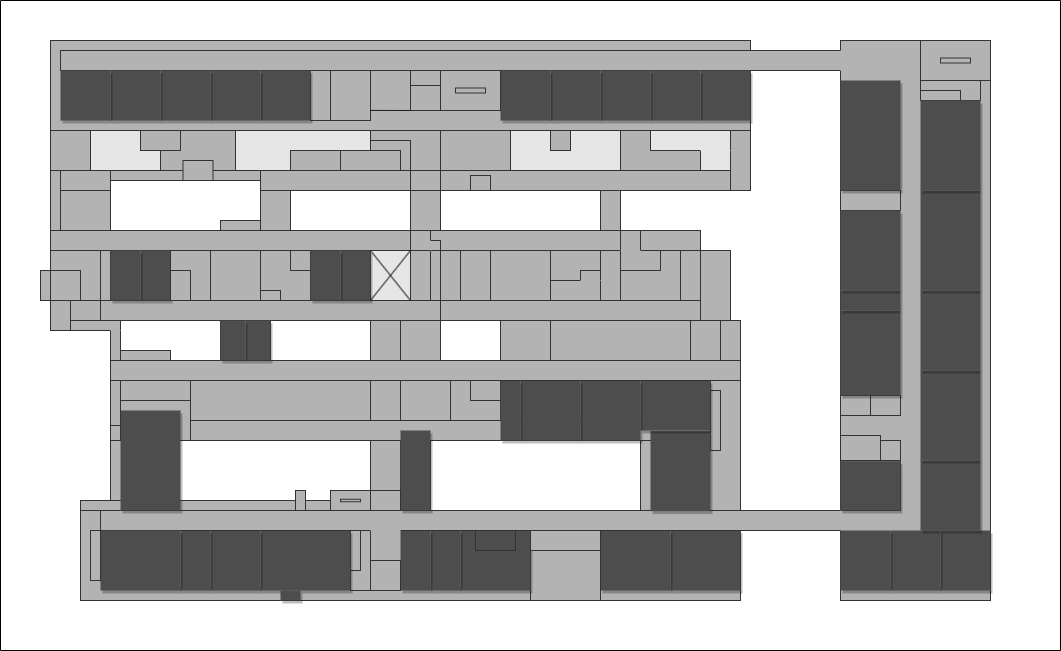
Earlier version of the draw.io export src/ask_map/images/3F.drawio.png (OMEGA-himajin/ask-map). Source tidied: cells renumbered, new cells last; positions are measured from the earlier drawing's top-left corner, leaving out a move shared by most shapes.
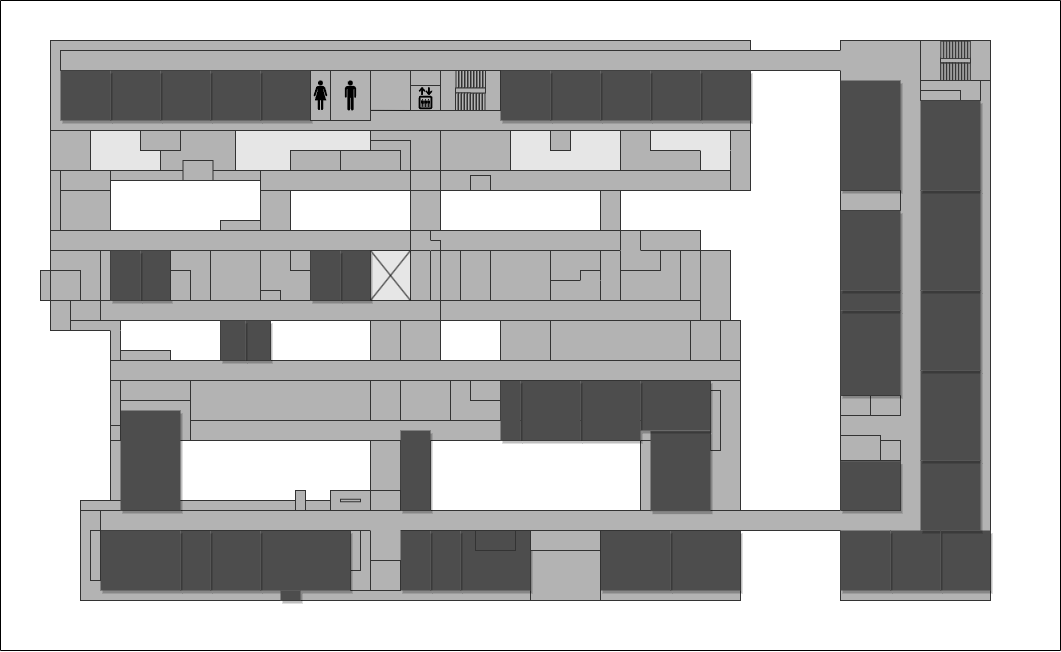
After the commit.

Diff of the diagram source:
```diff
@@ -540,5 +540,224 @@
     <mxCell id="179" style="swimlane;startSize=0;" parent="1" vertex="1">
       <mxGeometry width="1060" height="650" as="geometry" />
     </mxCell>
+    <mxCell id="180" style="group;" parent="1" vertex="1">
+      <mxGeometry x="920" y="40" width="70" height="40" as="geometry" />
+    </mxCell>
+    <mxCell id="181" style="rounded=0;whiteSpace=wrap;html=1;strokeColor=#333333;fillColor=#B3B3B3;" parent="180" vertex="1">
+      <mxGeometry width="70" height="40" as="geometry" />
+    </mxCell>
+    <mxCell id="182" style="rounded=0;whiteSpace=wrap;html=1;strokeColor=#333333;fillColor=#B3B3B3;glass=0;" parent="180" vertex="1">
+      <mxGeometry x="20" y="17.5" width="30" height="5" as="geometry" />
+    </mxCell>
+    <mxCell id="183" style="group;" parent="180" vertex="1">
+      <mxGeometry x="20.3" y="22.7" width="33.8" height="17.1" as="geometry" />
+    </mxCell>
+    <mxCell id="184" style="rounded=0;whiteSpace=wrap;html=1;strokeColor=#333333;fillColor=#B3B3B3;glass=0;rotation=90;" parent="183" vertex="1">
+      <mxGeometry x="-4.3" y="7.3" width="17.1" height="2.5" as="geometry" />
+    </mxCell>
+    <mxCell id="185" style="rounded=0;whiteSpace=wrap;html=1;strokeColor=#333333;fillColor=#B3B3B3;glass=0;rotation=90;" parent="183" vertex="1">
+      <mxGeometry x="-1.3" y="7.3" width="17.1" height="2.5" as="geometry" />
+    </mxCell>
+    <mxCell id="186" style="rounded=0;whiteSpace=wrap;html=1;strokeColor=#333333;fillColor=#B3B3B3;glass=0;rotation=90;" parent="183" vertex="1">
+      <mxGeometry x="1.7" y="7.3" width="17.1" height="2.5" as="geometry" />
+    </mxCell>
+    <mxCell id="187" style="rounded=0;whiteSpace=wrap;html=1;strokeColor=#333333;fillColor=#B3B3B3;glass=0;rotation=90;" parent="183" vertex="1">
+      <mxGeometry x="4.7" y="7.3" width="17.1" height="2.5" as="geometry" />
+    </mxCell>
+    <mxCell id="188" style="rounded=0;whiteSpace=wrap;html=1;strokeColor=#333333;fillColor=#B3B3B3;glass=0;rotation=90;" parent="183" vertex="1">
+      <mxGeometry x="7.7" y="7.3" width="17.1" height="2.5" as="geometry" />
+    </mxCell>
+    <mxCell id="189" style="rounded=0;whiteSpace=wrap;html=1;strokeColor=#333333;fillColor=#B3B3B3;glass=0;rotation=90;" parent="183" vertex="1">
+      <mxGeometry x="10.7" y="7.3" width="17.1" height="2.5" as="geometry" />
+    </mxCell>
+    <mxCell id="190" style="rounded=0;whiteSpace=wrap;html=1;strokeColor=#333333;fillColor=#B3B3B3;glass=0;rotation=90;" parent="183" vertex="1">
+      <mxGeometry x="13.7" y="7.3" width="17.1" height="2.5" as="geometry" />
+    </mxCell>
+    <mxCell id="191" style="rounded=0;whiteSpace=wrap;html=1;strokeColor=#333333;fillColor=#B3B3B3;glass=0;rotation=90;" parent="183" vertex="1">
+      <mxGeometry x="16.7" y="7.3" width="17.1" height="2.5" as="geometry" />
+    </mxCell>
+    <mxCell id="192" style="rounded=0;whiteSpace=wrap;html=1;strokeColor=#333333;fillColor=#B3B3B3;glass=0;rotation=90;" parent="183" vertex="1">
+      <mxGeometry x="-7.3" y="7.3" width="17.1" height="2.5" as="geometry" />
+    </mxCell>
+    <mxCell id="193" style="rounded=0;whiteSpace=wrap;html=1;strokeColor=#333333;fillColor=#B3B3B3;glass=0;rotation=90;" parent="183" vertex="1">
+      <mxGeometry x="-7.3" y="7.3" width="17.1" height="2.5" as="geometry" />
+    </mxCell>
+    <mxCell id="194" style="rounded=0;whiteSpace=wrap;html=1;strokeColor=#333333;fillColor=#B3B3B3;glass=0;rotation=90;" parent="183" vertex="1">
+      <mxGeometry x="-4.3" y="7.3" width="17.1" height="2.5" as="geometry" />
+    </mxCell>
+    <mxCell id="195" style="rounded=0;whiteSpace=wrap;html=1;strokeColor=#333333;fillColor=#B3B3B3;glass=0;rotation=90;" parent="183" vertex="1">
+      <mxGeometry x="-1.3" y="7.3" width="17.1" height="2.5" as="geometry" />
+    </mxCell>
+    <mxCell id="196" style="rounded=0;whiteSpace=wrap;html=1;strokeColor=#333333;fillColor=#B3B3B3;glass=0;rotation=90;" parent="183" vertex="1">
+      <mxGeometry x="1.7" y="7.3" width="17.1" height="2.5" as="geometry" />
+    </mxCell>
+    <mxCell id="197" style="rounded=0;whiteSpace=wrap;html=1;strokeColor=#333333;fillColor=#B3B3B3;glass=0;rotation=90;" parent="183" vertex="1">
+      <mxGeometry x="4.7" y="7.3" width="17.1" height="2.5" as="geometry" />
+    </mxCell>
+    <mxCell id="198" style="group;" parent="183" vertex="1">
+      <mxGeometry width="29.5" height="17.1" as="geometry" />
+    </mxCell>
+    <mxCell id="199" style="rounded=0;whiteSpace=wrap;html=1;strokeColor=#333333;fillColor=#B3B3B3;glass=0;rotation=90;" parent="198" vertex="1">
+      <mxGeometry x="19.7" y="7.3" width="17.1" height="2.5" as="geometry" />
+    </mxCell>
+    <mxCell id="200" style="rounded=0;whiteSpace=wrap;html=1;strokeColor=#333333;fillColor=#B3B3B3;glass=0;rotation=90;" parent="198" vertex="1">
+      <mxGeometry x="-7.3" y="7.3" width="17.1" height="2.5" as="geometry" />
+    </mxCell>
+    <mxCell id="201" style="rounded=0;whiteSpace=wrap;html=1;strokeColor=#333333;fillColor=#B3B3B3;glass=0;rotation=90;" parent="198" vertex="1">
+      <mxGeometry x="-4.3" y="7.3" width="17.1" height="2.5" as="geometry" />
+    </mxCell>
+    <mxCell id="202" style="rounded=0;whiteSpace=wrap;html=1;strokeColor=#333333;fillColor=#B3B3B3;glass=0;rotation=90;" parent="198" vertex="1">
+      <mxGeometry x="-1.3" y="7.3" width="17.1" height="2.5" as="geometry" />
+    </mxCell>
+    <mxCell id="203" style="rounded=0;whiteSpace=wrap;html=1;strokeColor=#333333;fillColor=#B3B3B3;glass=0;rotation=90;" parent="198" vertex="1">
+      <mxGeometry x="1.7" y="7.3" width="17.1" height="2.5" as="geometry" />
+    </mxCell>
+    <mxCell id="204" style="rounded=0;whiteSpace=wrap;html=1;strokeColor=#333333;fillColor=#B3B3B3;glass=0;rotation=90;" parent="198" vertex="1">
+      <mxGeometry x="4.7" y="7.3" width="17.1" height="2.5" as="geometry" />
+    </mxCell>
+    <mxCell id="205" style="rounded=0;whiteSpace=wrap;html=1;strokeColor=#333333;fillColor=#B3B3B3;glass=0;rotation=90;" parent="198" vertex="1">
+      <mxGeometry x="7.7" y="7.3" width="17.1" height="2.5" as="geometry" />
+    </mxCell>
+    <mxCell id="206" style="rounded=0;whiteSpace=wrap;html=1;strokeColor=#333333;fillColor=#B3B3B3;glass=0;rotation=90;" parent="198" vertex="1">
+      <mxGeometry x="10.7" y="7.3" width="17.1" height="2.5" as="geometry" />
+    </mxCell>
+    <mxCell id="207" style="rounded=0;whiteSpace=wrap;html=1;strokeColor=#333333;fillColor=#B3B3B3;glass=0;rotation=90;" parent="198" vertex="1">
+      <mxGeometry x="13.7" y="7.3" width="17.1" height="2.5" as="geometry" />
+    </mxCell>
+    <mxCell id="208" style="rounded=0;whiteSpace=wrap;html=1;strokeColor=#333333;fillColor=#B3B3B3;glass=0;rotation=90;" parent="198" vertex="1">
+      <mxGeometry x="16.7" y="7.3" width="17.1" height="2.5" as="geometry" />
+    </mxCell>
+    <mxCell id="209" style="group;" parent="180" vertex="1">
+      <mxGeometry x="20.3" y="0.7" width="29.5" height="17.1" as="geometry" />
+    </mxCell>
+    <mxCell id="210" style="rounded=0;whiteSpace=wrap;html=1;strokeColor=#333333;fillColor=#B3B3B3;glass=0;rotation=90;" parent="209" vertex="1">
+      <mxGeometry x="-4.3" y="7.3" width="17.1" height="2.5" as="geometry" />
+    </mxCell>
+    <mxCell id="211" style="rounded=0;whiteSpace=wrap;html=1;strokeColor=#333333;fillColor=#B3B3B3;glass=0;rotation=90;" parent="209" vertex="1">
+      <mxGeometry x="-1.3" y="7.3" width="17.1" height="2.5" as="geometry" />
+    </mxCell>
+    <mxCell id="212" style="rounded=0;whiteSpace=wrap;html=1;strokeColor=#333333;fillColor=#B3B3B3;glass=0;rotation=90;" parent="209" vertex="1">
+      <mxGeometry x="1.7" y="7.3" width="17.1" height="2.5" as="geometry" />
+    </mxCell>
+    <mxCell id="213" style="rounded=0;whiteSpace=wrap;html=1;strokeColor=#333333;fillColor=#B3B3B3;glass=0;rotation=90;" parent="209" vertex="1">
+      <mxGeometry x="4.7" y="7.3" width="17.1" height="2.5" as="geometry" />
+    </mxCell>
+    <mxCell id="214" style="rounded=0;whiteSpace=wrap;html=1;strokeColor=#333333;fillColor=#B3B3B3;glass=0;rotation=90;" parent="209" vertex="1">
+      <mxGeometry x="7.7" y="7.3" width="17.1" height="2.5" as="geometry" />
+    </mxCell>
+    <mxCell id="215" style="rounded=0;whiteSpace=wrap;html=1;strokeColor=#333333;fillColor=#B3B3B3;glass=0;rotation=90;" parent="209" vertex="1">
+      <mxGeometry x="10.7" y="7.3" width="17.1" height="2.5" as="geometry" />
+    </mxCell>
+    <mxCell id="216" style="rounded=0;whiteSpace=wrap;html=1;strokeColor=#333333;fillColor=#B3B3B3;glass=0;rotation=90;" parent="209" vertex="1">
+      <mxGeometry x="13.7" y="7.3" width="17.1" height="2.5" as="geometry" />
+    </mxCell>
+    <mxCell id="217" style="rounded=0;whiteSpace=wrap;html=1;strokeColor=#333333;fillColor=#B3B3B3;glass=0;rotation=90;" parent="209" vertex="1">
+      <mxGeometry x="16.7" y="7.3" width="17.1" height="2.5" as="geometry" />
+    </mxCell>
+    <mxCell id="218" style="rounded=0;whiteSpace=wrap;html=1;strokeColor=#333333;fillColor=#B3B3B3;glass=0;rotation=90;" parent="209" vertex="1">
+      <mxGeometry x="19.7" y="7.3" width="17.1" height="2.5" as="geometry" />
+    </mxCell>
+    <mxCell id="219" style="rounded=0;whiteSpace=wrap;html=1;strokeColor=#333333;fillColor=#B3B3B3;glass=0;rotation=90;" parent="209" vertex="1">
+      <mxGeometry x="-7.3" y="7.3" width="17.1" height="2.5" as="geometry" />
+    </mxCell>
+    <mxCell id="220" style="group;" parent="1" vertex="1">
+      <mxGeometry x="310" y="70" width="60" height="50" as="geometry" />
+    </mxCell>
+    <mxCell id="221" style="group;" parent="220" vertex="1">
+      <mxGeometry x="20" width="40" height="50" as="geometry" />
+    </mxCell>
+    <mxCell id="222" style="rounded=0;whiteSpace=wrap;html=1;strokeColor=#333333;fillColor=#B3B3B3;" parent="221" vertex="1">
+      <mxGeometry width="40" height="50" as="geometry" />
+    </mxCell>
+    <mxCell id="223" style="shape=mxgraph.signs.people.man_1;html=1;fillColor=#000000;strokeColor=none;verticalLabelPosition=bottom;verticalAlign=top;align=center;" parent="221" vertex="1">
+      <mxGeometry x="14.3" y="10" width="11.3" height="30" as="geometry" />
+    </mxCell>
+    <mxCell id="224" style="group;" parent="220" vertex="1">
+      <mxGeometry width="20" height="50" as="geometry" />
+    </mxCell>
+    <mxCell id="225" style="rounded=0;whiteSpace=wrap;html=1;strokeColor=#333333;fillColor=#B3B3B3;" parent="224" vertex="1">
+      <mxGeometry width="20" height="50" as="geometry" />
+    </mxCell>
+    <mxCell id="226" style="shape=mxgraph.signs.people.woman_1;html=1;fillColor=#000000;strokeColor=none;verticalLabelPosition=bottom;verticalAlign=top;align=center;" parent="224" vertex="1">
+      <mxGeometry x="2.8" y="10" width="14.4" height="30" as="geometry" />
+    </mxCell>
+    <mxCell id="227" style="group;" parent="1" vertex="1">
+      <mxGeometry x="410" y="85" width="30" height="25" as="geometry" />
+    </mxCell>
+    <mxCell id="228" style="rounded=0;whiteSpace=wrap;html=1;strokeColor=#333333;fillColor=#B3B3B3;" parent="227" vertex="1">
+      <mxGeometry width="30" height="25" as="geometry" />
+    </mxCell>
+    <mxCell id="229" style="shape=mxgraph.signs.travel.elevator;html=1;fillColor=#000000;strokeColor=none;verticalLabelPosition=bottom;verticalAlign=top;align=center;" parent="227" vertex="1">
+      <mxGeometry x="7.7" y="1.2" width="14.6" height="22.5" as="geometry" />
+    </mxCell>
+    <mxCell id="230" style="group;" parent="1" vertex="1">
+      <mxGeometry x="440" y="70" width="60" height="40" as="geometry" />
+    </mxCell>
+    <mxCell id="231" style="rounded=0;whiteSpace=wrap;html=1;strokeColor=#333333;fillColor=#B3B3B3;" parent="230" vertex="1">
+      <mxGeometry width="60" height="40" as="geometry" />
+    </mxCell>
+    <mxCell id="232" style="rounded=0;whiteSpace=wrap;html=1;strokeColor=#333333;fillColor=#B3B3B3;glass=0;direction=south;" parent="230" vertex="1">
+      <mxGeometry x="30" y="22.5" width="2.5" height="17.5" as="geometry" />
+    </mxCell>
+    <mxCell id="233" style="rounded=0;whiteSpace=wrap;html=1;strokeColor=#333333;fillColor=#B3B3B3;glass=0;direction=south;" parent="230" vertex="1">
+      <mxGeometry x="33" y="22.5" width="2.5" height="17.5" as="geometry" />
+    </mxCell>
+    <mxCell id="234" style="rounded=0;whiteSpace=wrap;html=1;strokeColor=#333333;fillColor=#B3B3B3;glass=0;direction=south;" parent="230" vertex="1">
+      <mxGeometry x="36" y="22.5" width="2.5" height="17.5" as="geometry" />
+    </mxCell>
+    <mxCell id="235" style="rounded=0;whiteSpace=wrap;html=1;strokeColor=#333333;fillColor=#B3B3B3;glass=0;direction=south;" parent="230" vertex="1">
+      <mxGeometry x="39" y="22.5" width="2.5" height="17.5" as="geometry" />
+    </mxCell>
+    <mxCell id="236" style="rounded=0;whiteSpace=wrap;html=1;strokeColor=#333333;fillColor=#B3B3B3;glass=0;direction=south;" parent="230" vertex="1">
+      <mxGeometry x="42" y="22.5" width="2.5" height="17.5" as="geometry" />
+    </mxCell>
+    <mxCell id="237" style="rounded=0;whiteSpace=wrap;html=1;strokeColor=#333333;fillColor=#B3B3B3;glass=0;direction=south;" parent="230" vertex="1">
+      <mxGeometry x="42.5" width="2.5" height="17.5" as="geometry" />
+    </mxCell>
+    <mxCell id="238" style="rounded=0;whiteSpace=wrap;html=1;strokeColor=#333333;fillColor=#B3B3B3;glass=0;direction=south;" parent="230" vertex="1">
+      <mxGeometry x="39.5" width="2.5" height="17.5" as="geometry" />
+    </mxCell>
+    <mxCell id="239" style="rounded=0;whiteSpace=wrap;html=1;strokeColor=#333333;fillColor=#B3B3B3;glass=0;direction=south;" parent="230" vertex="1">
+      <mxGeometry x="36.5" width="2.5" height="17.5" as="geometry" />
+    </mxCell>
+    <mxCell id="240" style="rounded=0;whiteSpace=wrap;html=1;strokeColor=#333333;fillColor=#B3B3B3;glass=0;direction=south;" parent="230" vertex="1">
+      <mxGeometry x="33.5" width="2.5" height="17.5" as="geometry" />
+    </mxCell>
+    <mxCell id="241" style="rounded=0;whiteSpace=wrap;html=1;strokeColor=#333333;fillColor=#B3B3B3;glass=0;direction=south;" parent="230" vertex="1">
+      <mxGeometry x="30.5" width="2.5" height="17.5" as="geometry" />
+    </mxCell>
+    <mxCell id="242" style="rounded=0;whiteSpace=wrap;html=1;strokeColor=#333333;fillColor=#B3B3B3;glass=0;direction=south;" parent="230" vertex="1">
+      <mxGeometry x="27.5" width="2.5" height="17.5" as="geometry" />
+    </mxCell>
+    <mxCell id="243" style="rounded=0;whiteSpace=wrap;html=1;strokeColor=#333333;fillColor=#B3B3B3;glass=0;direction=south;" parent="230" vertex="1">
+      <mxGeometry x="24.5" width="2.5" height="17.5" as="geometry" />
+    </mxCell>
+    <mxCell id="244" style="rounded=0;whiteSpace=wrap;html=1;strokeColor=#333333;fillColor=#B3B3B3;glass=0;direction=south;" parent="230" vertex="1">
+      <mxGeometry x="21.5" width="2.5" height="17.5" as="geometry" />
+    </mxCell>
+    <mxCell id="245" style="rounded=0;whiteSpace=wrap;html=1;strokeColor=#333333;fillColor=#B3B3B3;glass=0;direction=south;" parent="230" vertex="1">
+      <mxGeometry x="18.5" width="2.5" height="17.5" as="geometry" />
+    </mxCell>
+    <mxCell id="246" style="rounded=0;whiteSpace=wrap;html=1;strokeColor=#333333;fillColor=#B3B3B3;glass=0;direction=south;" parent="230" vertex="1">
+      <mxGeometry x="15.5" width="2.5" height="17.5" as="geometry" />
+    </mxCell>
+    <mxCell id="247" style="rounded=0;whiteSpace=wrap;html=1;strokeColor=#333333;fillColor=#B3B3B3;glass=0;" parent="230" vertex="1">
+      <mxGeometry x="15" y="17.5" width="30" height="5" as="geometry" />
+    </mxCell>
+    <mxCell id="248" style="rounded=0;whiteSpace=wrap;html=1;strokeColor=#333333;fillColor=#B3B3B3;glass=0;direction=south;" parent="230" vertex="1">
+      <mxGeometry x="15" y="22.5" width="2.5" height="17.5" as="geometry" />
+    </mxCell>
+    <mxCell id="249" style="rounded=0;whiteSpace=wrap;html=1;strokeColor=#333333;fillColor=#B3B3B3;glass=0;direction=south;" parent="230" vertex="1">
+      <mxGeometry x="18" y="22.5" width="2.5" height="17.5" as="geometry" />
+    </mxCell>
+    <mxCell id="250" style="rounded=0;whiteSpace=wrap;html=1;strokeColor=#333333;fillColor=#B3B3B3;glass=0;direction=south;" parent="230" vertex="1">
+      <mxGeometry x="21" y="22.5" width="2.5" height="17.5" as="geometry" />
+    </mxCell>
+    <mxCell id="251" style="rounded=0;whiteSpace=wrap;html=1;strokeColor=#333333;fillColor=#B3B3B3;glass=0;direction=south;" parent="230" vertex="1">
+      <mxGeometry x="24" y="22.5" width="2.5" height="17.5" as="geometry" />
+    </mxCell>
+    <mxCell id="252" style="rounded=0;whiteSpace=wrap;html=1;strokeColor=#333333;fillColor=#B3B3B3;glass=0;direction=south;" parent="230" vertex="1">
+      <mxGeometry x="27" y="22.5" width="2.5" height="17.5" as="geometry" />
+    </mxCell>
   </root>
 </mxGraphModel>
```
